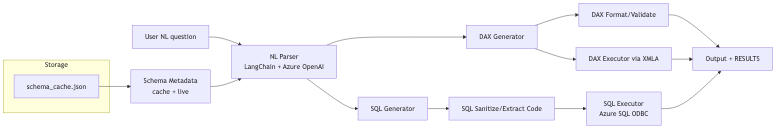
Above: docs/images/diagram_0.png in Arturo-Quiroga-MSFT/NL2DAX (Mermaid), before the change. Its source is kept beside it as docs/images/diagram_0.mmd. Source of this version:
```mermaid
flowchart LR
	U[User NL question] --> P[NL Parser<br/>LangChain + Azure OpenAI]
	S[Schema Metadata<br/>cache + live] --> P
	P -->|Intent + Entities| G1[DAX Generator]
	P -->|Intent + Entities| G2[SQL Generator]
	G1 --> FMT[DAX Format/Validate (optional)]
	G2 --> SAN[SQL Sanitize/Extract Code]
	FMT --> OUT[Output + RESULTS (txt)]
	SAN --> SQLX[SQL Executor<br/>Azure SQL ODBC]
	SQLX --> OUT
	G1 -->|DAX (optional)| DAXX[DAX Executor via XMLA]
	DAXX --> OUT
	subgraph Storage
		CSH[schema_cache.json]
	end
	CSH --> S
```
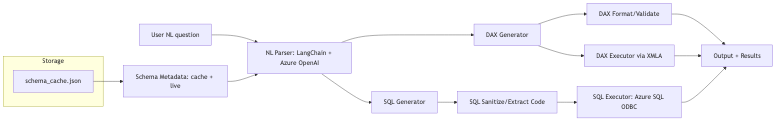
Later version of the same file.

Commit message:
docs: swap first Mermaid diagram to simplified variant (no HTML breaks); re-export images

Diff of the diagram source:
```diff
@@ -1,14 +1,14 @@
 flowchart LR
-	U[User NL question] --> P[NL Parser<br/>LangChain + Azure OpenAI]
-	S[Schema Metadata<br/>cache + live] --> P
-	P -->|Intent + Entities| G1[DAX Generator]
-	P -->|Intent + Entities| G2[SQL Generator]
-	G1 --> FMT[DAX Format/Validate (optional)]
+	U[User NL question] --> P[NL Parser: LangChain + Azure OpenAI]
+	S[Schema Metadata: cache + live] --> P
+	P --> G1[DAX Generator]
+	P --> G2[SQL Generator]
+	G1 --> FMT[DAX Format/Validate]
 	G2 --> SAN[SQL Sanitize/Extract Code]
-	FMT --> OUT[Output + RESULTS (txt)]
-	SAN --> SQLX[SQL Executor<br/>Azure SQL ODBC]
+	FMT --> OUT[Output + Results]
+	SAN --> SQLX[SQL Executor: Azure SQL ODBC]
 	SQLX --> OUT
-	G1 -->|DAX (optional)| DAXX[DAX Executor via XMLA]
+	G1 --> DAXX[DAX Executor via XMLA]
 	DAXX --> OUT
 	subgraph Storage
 		CSH[schema_cache.json]
```
